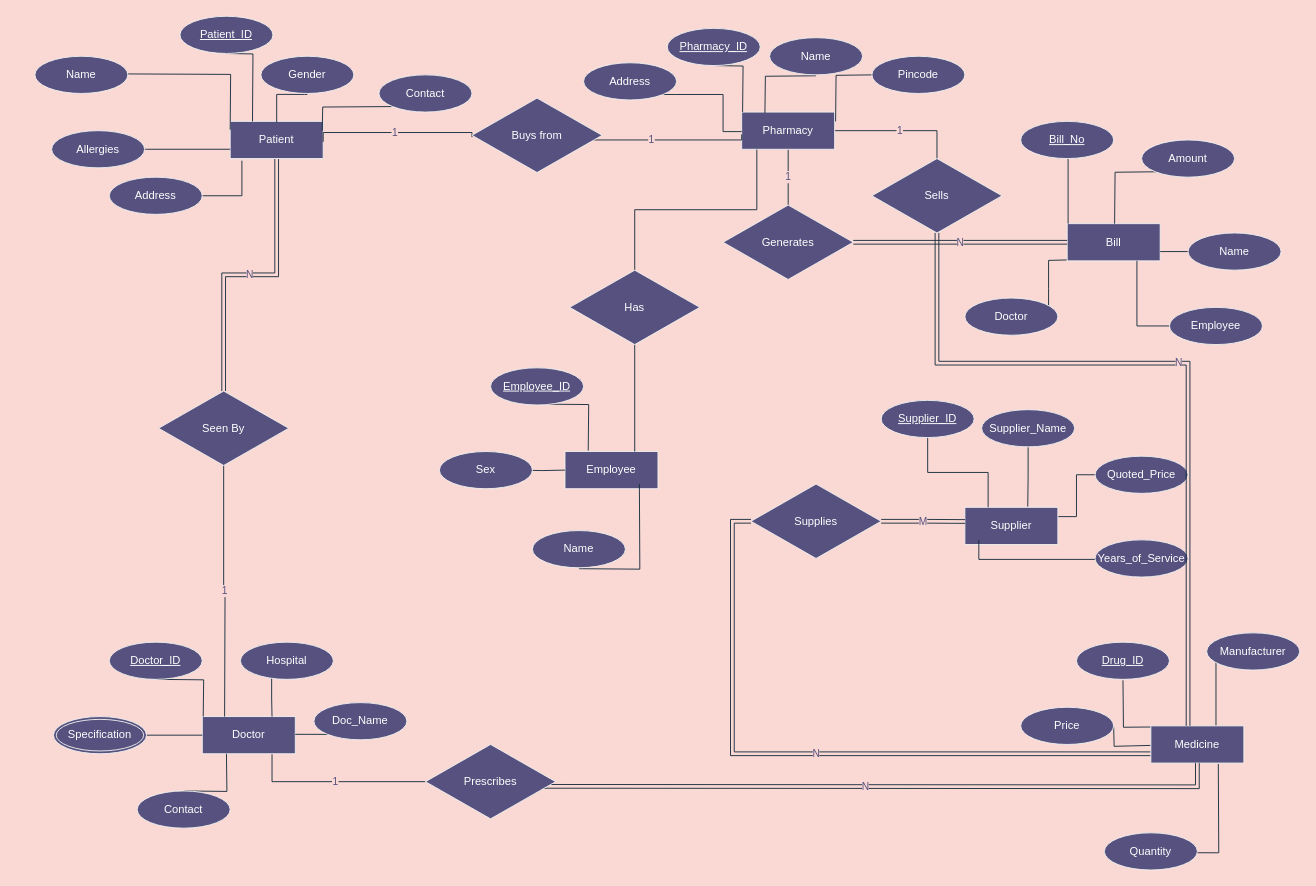
The draw.io diagram DBMS Lab/Mini-Project/ER&Schema/ER-Diag.drawio in naman2341/Sem5-Labs, before the edit. Source tidied: cells renumbered, new cells numbered last; positions are measured from the earlier drawing's top-left corner, leaving out a move shared by most shapes. Both pictures are drawn from the tidied source at 93%, with x=0, y=0 at pixel (34, 16).
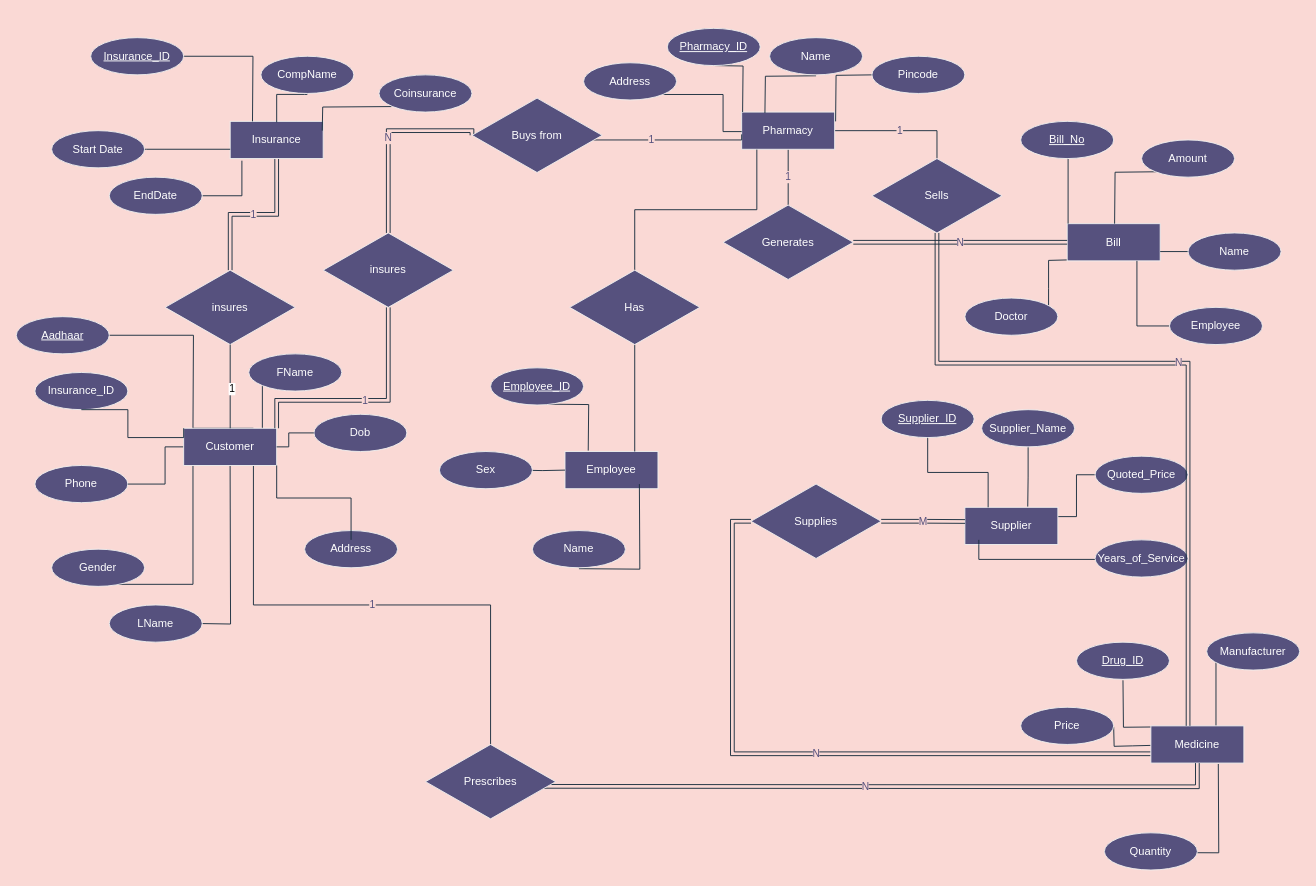
The same diagram, later.

Diff of the diagram source:
```diff
@@
-    <mxCell id="2" value="N" style="edgeStyle=orthogonalEdgeStyle;rounded=0;jettySize=auto;html=1;exitX=0.5;exitY=1;exitDx=0;exitDy=0;entryX=0.5;entryY=0;entryDx=0;entryDy=0;endArrow=none;endFill=0;strokeColor=#182E3E;labelBackgroundColor=#FAD9D5;fontColor=#56517E;shape=link;" parent="1" edge="1" source="3" target="76">
+    <mxCell id="2" value="1" style="edgeStyle=orthogonalEdgeStyle;rounded=0;jettySize=auto;html=1;exitX=0.5;exitY=1;exitDx=0;exitDy=0;entryX=0.5;entryY=0;entryDx=0;entryDy=0;endArrow=none;endFill=0;strokeColor=#182E3E;labelBackgroundColor=#FAD9D5;fontColor=#56517E;shape=link;" parent="1" edge="1" source="3" target="76">
       <mxGeometry relative="1" as="geometry" />
     </mxCell>
-    <mxCell id="3" value="Patient" style="whiteSpace=wrap;html=1;align=center;fillColor=#56517E;strokeColor=#EEEEEE;fontColor=#FFFFFF;" parent="1" vertex="1">
+    <mxCell id="3" value="Insurance" style="whiteSpace=wrap;html=1;align=center;fillColor=#56517E;strokeColor=#EEEEEE;fontColor=#FFFFFF;" parent="1" vertex="1">
       <mxGeometry x="210" y="113" width="100" height="40" as="geometry" />
     </mxCell>
@@
-    <mxCell id="5" value="Gender" style="ellipse;whiteSpace=wrap;html=1;align=center;fillColor=#56517E;strokeColor=#EEEEEE;fontColor=#FFFFFF;" parent="1" vertex="1">
+    <mxCell id="5" value="CompName" style="ellipse;whiteSpace=wrap;html=1;align=center;fillColor=#56517E;strokeColor=#EEEEEE;fontColor=#FFFFFF;" parent="1" vertex="1">
       <mxGeometry x="243" y="43" width="100" height="40" as="geometry" />
     </mxCell>
-    <mxCell id="6" style="edgeStyle=orthogonalEdgeStyle;rounded=0;orthogonalLoop=1;jettySize=auto;html=1;exitX=1;exitY=0.5;exitDx=0;exitDy=0;entryX=0;entryY=0.25;entryDx=0;entryDy=0;endArrow=none;endFill=0;strokeColor=#182E3E;labelBackgroundColor=#FAD9D5;" parent="1" edge="1">
-      <mxGeometry relative="1" as="geometry">
-        <mxPoint x="100" y="62" as="sourcePoint" />
-        <mxPoint x="210" y="122" as="targetPoint" />
-      </mxGeometry>
-    </mxCell>
-    <mxCell id="7" value="Name" style="ellipse;whiteSpace=wrap;html=1;align=center;fillColor=#56517E;strokeColor=#EEEEEE;fontColor=#FFFFFF;" parent="1" vertex="1">
-      <mxGeometry y="43" width="100" height="40" as="geometry" />
-    </mxCell>
@@
-    <mxCell id="9" value="Address" style="ellipse;whiteSpace=wrap;html=1;align=center;fillColor=#56517E;strokeColor=#EEEEEE;fontColor=#FFFFFF;" parent="1" vertex="1">
+    <mxCell id="9" value="EndDate" style="ellipse;whiteSpace=wrap;html=1;align=center;fillColor=#56517E;strokeColor=#EEEEEE;fontColor=#FFFFFF;" parent="1" vertex="1">
       <mxGeometry x="80" y="173" width="100" height="40" as="geometry" />
     </mxCell>
@@
-    <mxCell id="11" value="Contact" style="ellipse;whiteSpace=wrap;html=1;align=center;fillColor=#56517E;strokeColor=#EEEEEE;fontColor=#FFFFFF;" parent="1" vertex="1">
+    <mxCell id="11" value="Coinsurance" style="ellipse;whiteSpace=wrap;html=1;align=center;fillColor=#56517E;strokeColor=#EEEEEE;fontColor=#FFFFFF;" parent="1" vertex="1">
       <mxGeometry x="370" y="63" width="100" height="40" as="geometry" />
     </mxCell>
-    <mxCell id="12" style="edgeStyle=orthogonalEdgeStyle;rounded=0;orthogonalLoop=1;jettySize=auto;html=1;exitX=0.5;exitY=1;exitDx=0;exitDy=0;entryX=0.25;entryY=0;entryDx=0;entryDy=0;endArrow=none;endFill=0;strokeColor=#182E3E;labelBackgroundColor=#FAD9D5;" parent="1" edge="1">
+    <mxCell id="12" style="edgeStyle=orthogonalEdgeStyle;rounded=0;jettySize=auto;html=1;exitX=1;exitY=0.5;exitDx=0;exitDy=0;entryX=0.25;entryY=0;entryDx=0;entryDy=0;endArrow=none;endFill=0;strokeColor=#182E3E;labelBackgroundColor=#FAD9D5;" parent="1" edge="1" source="13">
       <mxGeometry relative="1" as="geometry">
-        <mxPoint x="205" y="40" as="sourcePoint" />
         <mxPoint x="234" y="113" as="targetPoint" />
       </mxGeometry>
     </mxCell>
-    <mxCell id="13" value="Patient_ID" style="ellipse;whiteSpace=wrap;html=1;align=center;fontStyle=4;fillColor=#56517E;strokeColor=#EEEEEE;fontColor=#FFFFFF;" parent="1" vertex="1">
-      <mxGeometry x="156" width="100" height="40" as="geometry" />
+    <mxCell id="13" value="Insurance_ID" style="ellipse;whiteSpace=wrap;html=1;align=center;fontStyle=4;fillColor=#56517E;strokeColor=#EEEEEE;fontColor=#FFFFFF;" parent="1" vertex="1">
+      <mxGeometry x="60" y="23" width="100" height="40" as="geometry" />
     </mxCell>
@@
-    <mxCell id="15" value="Allergies" style="ellipse;whiteSpace=wrap;html=1;align=center;fillColor=#56517E;strokeColor=#EEEEEE;fontColor=#FFFFFF;" parent="1" vertex="1">
+    <mxCell id="15" value="Start Date" style="ellipse;whiteSpace=wrap;html=1;align=center;fillColor=#56517E;strokeColor=#EEEEEE;fontColor=#FFFFFF;" parent="1" vertex="1">
       <mxGeometry x="18" y="123" width="100" height="40" as="geometry" />
     </mxCell>
@@
-    <mxCell id="17" value="Doctor" style="whiteSpace=wrap;html=1;align=center;fillColor=#56517E;strokeColor=#EEEEEE;fontColor=#FFFFFF;" parent="1" vertex="1">
-      <mxGeometry x="180" y="753" width="100" height="40" as="geometry" />
-    </mxCell>
     <mxCell id="18" style="edgeStyle=orthogonalEdgeStyle;rounded=0;jettySize=auto;html=1;exitX=0.336;exitY=0.946;exitDx=0;exitDy=0;entryX=0.75;entryY=0;entryDx=0;entryDy=0;endArrow=none;endFill=0;exitPerimeter=0;strokeColor=#182E3E;labelBackgroundColor=#FAD9D5;" parent="1" edge="1" source="19" target="17">
-      <mxGeometry relative="1" as="geometry" />
+      <mxGeometry relative="1" as="geometry">
+        <Array as="points">
+          <mxPoint x="170" y="611" />
+          <mxPoint x="170" y="443" />
+        </Array>
+      </mxGeometry>
     </mxCell>
-    <mxCell id="19" value="Hospital" style="ellipse;whiteSpace=wrap;html=1;align=center;fillColor=#56517E;strokeColor=#EEEEEE;fontColor=#FFFFFF;" parent="1" vertex="1">
-      <mxGeometry x="221" y="673" width="100" height="40" as="geometry" />
+    <mxCell id="19" value="Gender" style="ellipse;whiteSpace=wrap;html=1;align=center;fillColor=#56517E;strokeColor=#EEEEEE;fontColor=#FFFFFF;" parent="1" vertex="1">
+      <mxGeometry x="18" y="573" width="100" height="40" as="geometry" />
     </mxCell>
     <mxCell id="20" style="edgeStyle=orthogonalEdgeStyle;rounded=0;jettySize=auto;html=1;exitX=0;exitY=1;exitDx=0;exitDy=0;entryX=1;entryY=0.5;entryDx=0;entryDy=0;endArrow=none;endFill=0;strokeColor=#182E3E;labelBackgroundColor=#FAD9D5;" parent="1" edge="1" source="21" target="17">
-      <mxGeometry relative="1" as="geometry" />
+      <mxGeometry relative="1" as="geometry">
+        <Array as="points">
+          <mxPoint x="245" y="463" />
+        </Array>
+      </mxGeometry>
     </mxCell>
-    <mxCell id="21" value="Doc_Name" style="ellipse;whiteSpace=wrap;html=1;align=center;fillColor=#56517E;strokeColor=#EEEEEE;fontColor=#FFFFFF;" parent="1" vertex="1">
-      <mxGeometry x="300" y="738" width="100" height="40" as="geometry" />
+    <mxCell id="21" value="FName" style="ellipse;whiteSpace=wrap;html=1;align=center;fillColor=#56517E;strokeColor=#EEEEEE;fontColor=#FFFFFF;" parent="1" vertex="1">
+      <mxGeometry x="230" y="363" width="100" height="40" as="geometry" />
     </mxCell>
-    <mxCell id="22" style="edgeStyle=orthogonalEdgeStyle;rounded=0;orthogonalLoop=1;jettySize=auto;html=1;exitX=0.5;exitY=0;exitDx=0;exitDy=0;entryX=0.25;entryY=1;entryDx=0;entryDy=0;endArrow=none;endFill=0;strokeColor=#182E3E;labelBackgroundColor=#FAD9D5;" parent="1" edge="1">
+    <mxCell id="22" style="edgeStyle=orthogonalEdgeStyle;rounded=0;orthogonalLoop=1;jettySize=auto;html=1;entryX=0.25;entryY=1;entryDx=0;entryDy=0;endArrow=none;endFill=0;strokeColor=#182E3E;labelBackgroundColor=#FAD9D5;" parent="1" edge="1">
       <mxGeometry relative="1" as="geometry">
-        <mxPoint x="161" y="833" as="sourcePoint" />
-        <mxPoint x="206" y="793" as="targetPoint" />
+        <mxPoint x="180" y="653" as="sourcePoint" />
+        <mxPoint x="209.9" y="473" as="targetPoint" />
       </mxGeometry>
     </mxCell>
-    <mxCell id="23" value="Contact" style="ellipse;whiteSpace=wrap;html=1;align=center;fillColor=#56517E;strokeColor=#EEEEEE;fontColor=#FFFFFF;" parent="1" vertex="1">
-      <mxGeometry x="110" y="833" width="100" height="40" as="geometry" />
+    <mxCell id="23" value="Phone" style="ellipse;whiteSpace=wrap;html=1;align=center;fillColor=#56517E;strokeColor=#EEEEEE;fontColor=#FFFFFF;" parent="1" vertex="1">
+      <mxGeometry y="483" width="100" height="40" as="geometry" />
     </mxCell>
-    <mxCell id="24" style="edgeStyle=orthogonalEdgeStyle;rounded=0;orthogonalLoop=1;jettySize=auto;html=1;exitX=0.5;exitY=1;exitDx=0;exitDy=0;entryX=0;entryY=0;entryDx=0;entryDy=0;endArrow=none;endFill=0;strokeColor=#182E3E;labelBackgroundColor=#FAD9D5;" parent="1" edge="1">
+    <mxCell id="24" style="edgeStyle=orthogonalEdgeStyle;rounded=0;jettySize=auto;html=1;exitX=1;exitY=0.5;exitDx=0;exitDy=0;entryX=0;entryY=0;entryDx=0;entryDy=0;endArrow=none;endFill=0;strokeColor=#182E3E;labelBackgroundColor=#FAD9D5;" parent="1" edge="1" source="25">
       <mxGeometry relative="1" as="geometry">
-        <mxPoint x="131" y="713" as="sourcePoint" />
-        <mxPoint x="181" y="753" as="targetPoint" />
+        <mxPoint x="170" y="443" as="targetPoint" />
       </mxGeometry>
     </mxCell>
-    <mxCell id="25" value="Doctor_ID" style="ellipse;whiteSpace=wrap;html=1;align=center;fontStyle=4;fillColor=#56517E;strokeColor=#EEEEEE;fontColor=#FFFFFF;" parent="1" vertex="1">
-      <mxGeometry x="80" y="673" width="100" height="40" as="geometry" />
+    <mxCell id="25" value="Aadhaar" style="ellipse;whiteSpace=wrap;html=1;align=center;fontStyle=4;fillColor=#56517E;strokeColor=#EEEEEE;fontColor=#FFFFFF;" parent="1" vertex="1">
+      <mxGeometry x="-20" y="323" width="100" height="40" as="geometry" />
     </mxCell>
-    <mxCell id="26" style="edgeStyle=orthogonalEdgeStyle;rounded=0;jettySize=auto;html=1;exitX=1;exitY=0.5;exitDx=0;exitDy=0;entryX=0;entryY=0.5;entryDx=0;entryDy=0;endArrow=none;endFill=0;strokeColor=#182E3E;labelBackgroundColor=#FAD9D5;" parent="1" edge="1" source="27" target="17">
-      <mxGeometry relative="1" as="geometry" />
+    <mxCell id="26" style="edgeStyle=orthogonalEdgeStyle;rounded=0;jettySize=auto;html=1;exitX=1;exitY=0.5;exitDx=0;exitDy=0;entryX=0;entryY=0.5;entryDx=0;entryDy=0;endArrow=none;endFill=0;strokeColor=#182E3E;labelBackgroundColor=#FAD9D5;" parent="1" edge="1" source="23" target="17">
+      <mxGeometry relative="1" as="geometry">
+        <Array as="points">
+          <mxPoint x="140" y="503" />
+          <mxPoint x="140" y="463" />
+        </Array>
+      </mxGeometry>
     </mxCell>
-    <mxCell id="27" value="Specification" style="ellipse;shape=doubleEllipse;margin=3;whiteSpace=wrap;html=1;align=center;fillColor=#56517E;strokeColor=#EEEEEE;fontColor=#FFFFFF;" parent="1" vertex="1">
-      <mxGeometry x="20" y="753" width="100" height="40" as="geometry" />
-    </mxCell>
@@
-    <mxCell id="75" value="&lt;font&gt;1&lt;/font&gt;" style="edgeStyle=orthogonalEdgeStyle;rounded=0;jettySize=auto;html=1;exitX=0.5;exitY=1;exitDx=0;exitDy=0;endArrow=none;endFill=0;entryX=0.25;entryY=0;entryDx=0;entryDy=0;strokeColor=#182E3E;labelBackgroundColor=#FAD9D5;fontColor=#56517E;" parent="1" edge="1" source="76">
-      <mxGeometry relative="1" as="geometry">
-        <mxPoint x="204" y="753" as="targetPoint" />
-      </mxGeometry>
-    </mxCell>
-    <mxCell id="76" value="Seen By" style="rhombus;whiteSpace=wrap;html=1;fillColor=#56517E;strokeColor=#EEEEEE;fontColor=#FFFFFF;" parent="1" vertex="1">
-      <mxGeometry x="133" y="403" width="140" height="80" as="geometry" />
+    <mxCell id="76" value="insures" style="rhombus;whiteSpace=wrap;html=1;fillColor=#56517E;strokeColor=#EEEEEE;fontColor=#FFFFFF;" parent="1" vertex="1">
+      <mxGeometry x="140" y="273" width="140" height="80" as="geometry" />
     </mxCell>
@@
-    <mxCell id="78" value="1" style="edgeStyle=orthogonalEdgeStyle;rounded=0;orthogonalLoop=1;jettySize=auto;html=1;exitX=0;exitY=0.5;exitDx=0;exitDy=0;entryX=1;entryY=0.5;entryDx=0;entryDy=0;endArrow=none;endFill=0;strokeColor=#182E3E;labelBackgroundColor=#FAD9D5;fontColor=#56517E;" parent="1" edge="1">
+    <mxCell id="78" value="N" style="edgeStyle=orthogonalEdgeStyle;rounded=0;jettySize=auto;html=1;exitX=0;exitY=0.5;exitDx=0;exitDy=0;entryX=0.5;entryY=0;entryDx=0;entryDy=0;endArrow=none;endFill=0;strokeColor=#182E3E;labelBackgroundColor=#FAD9D5;fontColor=#56517E;shape=link;" parent="1" edge="1" target="101">
       <mxGeometry relative="1" as="geometry">
-        <mxPoint x="470" y="130" as="sourcePoint" />
-        <mxPoint x="310" y="135" as="targetPoint" />
+        <mxPoint x="470" y="128" as="sourcePoint" />
         <Array as="points">
-          <mxPoint x="310" y="125" />
+          <mxPoint x="470" y="123" />
+          <mxPoint x="380" y="123" />
         </Array>
       </mxGeometry>
     </mxCell>
@@
+    <mxCell id="17" value="Customer" style="whiteSpace=wrap;html=1;align=center;fillColor=#56517E;strokeColor=#EEEEEE;fontColor=#FFFFFF;" parent="1" vertex="1">
+      <mxGeometry x="160" y="443" width="100" height="40" as="geometry" />
+    </mxCell>
+    <mxCell id="92" style="edgeStyle=orthogonalEdgeStyle;rounded=0;jettySize=auto;html=1;exitX=0.5;exitY=1;exitDx=0;exitDy=0;endArrow=none;endFill=0;entryX=0.5;entryY=0;entryDx=0;entryDy=0;strokeColor=#182E3E;labelBackgroundColor=#FAD9D5;fontColor=#56517E;" parent="1" edge="1" source="76" target="17">
+      <mxGeometry relative="1" as="geometry" />
+    </mxCell>
+    <mxCell id="93" value="&lt;span style=&quot;background-color: rgb(255, 255, 255);&quot;&gt;&lt;font color=&quot;#000000&quot;&gt;1&lt;/font&gt;&lt;/span&gt;" style="edgeLabel;html=1;align=center;verticalAlign=middle;" parent="92" vertex="1">
+      <mxGeometry x="0.02" y="1" relative="1" as="geometry">
+        <mxPoint y="1" as="offset" />
+      </mxGeometry>
+    </mxCell>
+    <mxCell id="94" value="LName" style="ellipse;whiteSpace=wrap;html=1;align=center;fillColor=#56517E;strokeColor=#EEEEEE;fontColor=#FFFFFF;" parent="1" vertex="1">
+      <mxGeometry x="80" y="633" width="100" height="40" as="geometry" />
+    </mxCell>
+    <mxCell id="95" value="Address" style="ellipse;whiteSpace=wrap;html=1;align=center;fillColor=#56517E;strokeColor=#EEEEEE;fontColor=#FFFFFF;" parent="1" vertex="1">
+      <mxGeometry x="290" y="553" width="100" height="40" as="geometry" />
+    </mxCell>
+    <mxCell id="96" style="edgeStyle=orthogonalEdgeStyle;rounded=0;jettySize=auto;html=1;entryX=1;entryY=1;entryDx=0;entryDy=0;endArrow=none;endFill=0;strokeColor=#182E3E;labelBackgroundColor=#FAD9D5;" parent="1" edge="1" target="17">
+      <mxGeometry relative="1" as="geometry">
+        <mxPoint x="340" y="563" as="sourcePoint" />
+        <Array as="points">
+          <mxPoint x="340" y="518" />
+          <mxPoint x="260" y="518" />
+        </Array>
+      </mxGeometry>
+    </mxCell>
+    <mxCell id="97" value="Insurance_ID" style="ellipse;whiteSpace=wrap;html=1;align=center;fillColor=#56517E;strokeColor=#EEEEEE;fontColor=#FFFFFF;" parent="1" vertex="1">
+      <mxGeometry y="383" width="100" height="40" as="geometry" />
+    </mxCell>
+    <mxCell id="98" style="edgeStyle=orthogonalEdgeStyle;rounded=0;jettySize=auto;html=1;exitX=0;exitY=0;exitDx=0;exitDy=0;entryX=0.5;entryY=1;entryDx=0;entryDy=0;endArrow=none;endFill=0;strokeColor=#182E3E;labelBackgroundColor=#FAD9D5;" parent="1" edge="1" source="17" target="97">
+      <mxGeometry relative="1" as="geometry">
+        <Array as="points">
+          <mxPoint x="160" y="453" />
+          <mxPoint x="100" y="453" />
+        </Array>
+      </mxGeometry>
+    </mxCell>
+    <mxCell id="99" value="Dob" style="ellipse;whiteSpace=wrap;html=1;align=center;fillColor=#56517E;strokeColor=#EEEEEE;fontColor=#FFFFFF;" parent="1" vertex="1">
+      <mxGeometry x="300" y="428" width="100" height="40" as="geometry" />
+    </mxCell>
+    <mxCell id="100" style="edgeStyle=orthogonalEdgeStyle;rounded=0;jettySize=auto;html=1;exitX=0;exitY=0.5;exitDx=0;exitDy=0;entryX=1;entryY=0.5;entryDx=0;entryDy=0;endArrow=none;endFill=0;strokeColor=#182E3E;labelBackgroundColor=#FAD9D5;" parent="1" edge="1" source="99" target="17">
+      <mxGeometry relative="1" as="geometry">
+        <Array as="points">
+          <mxPoint x="273" y="448" />
+          <mxPoint x="273" y="463" />
+        </Array>
+      </mxGeometry>
+    </mxCell>
+    <mxCell id="101" value="insures" style="rhombus;whiteSpace=wrap;html=1;fillColor=#56517E;strokeColor=#EEEEEE;fontColor=#FFFFFF;" parent="1" vertex="1">
+      <mxGeometry x="310" y="233" width="140" height="80" as="geometry" />
+    </mxCell>
+    <mxCell id="102" value="1" style="edgeStyle=orthogonalEdgeStyle;rounded=0;jettySize=auto;html=1;exitX=0.5;exitY=1;exitDx=0;exitDy=0;entryX=1;entryY=0;entryDx=0;entryDy=0;endArrow=none;endFill=0;strokeColor=#182E3E;labelBackgroundColor=#FAD9D5;fontColor=#56517E;shape=link;" parent="1" edge="1" source="101" target="17">
+      <mxGeometry relative="1" as="geometry">
+        <Array as="points">
+          <mxPoint x="380" y="413" />
+          <mxPoint x="260" y="413" />
+        </Array>
+      </mxGeometry>
+    </mxCell>
```
